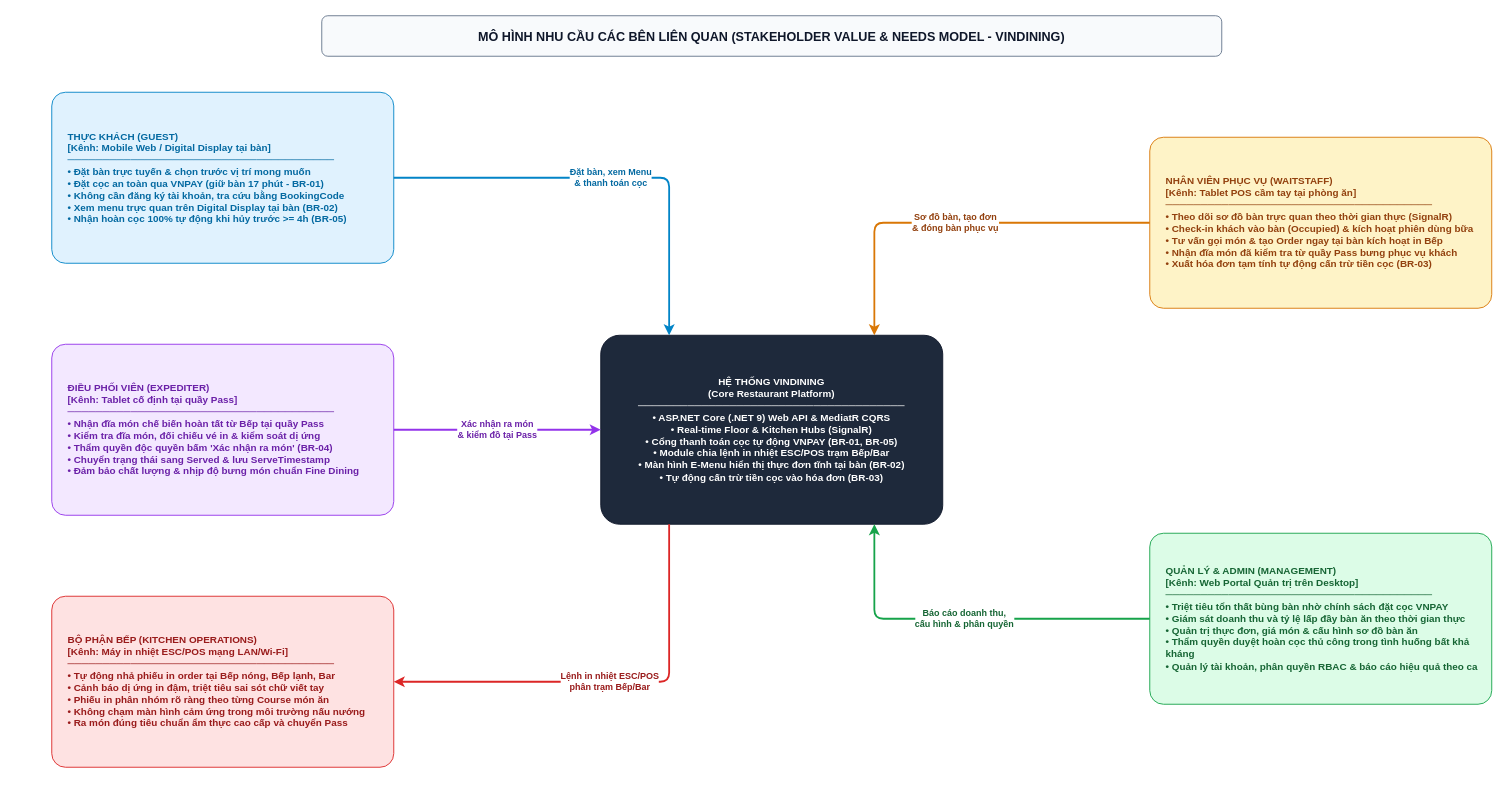
The draw.io diagram docs/phase1/drawio/stakeholder_needs.drawio in AndrewQng/VinDining, before the edit. Source tidied: cells renumbered, new cells numbered last; positions are measured from the earlier drawing's top-left corner, leaving out a move shared by most shapes. Both pictures are drawn from the tidied source at 90%, with x=0, y=0 at pixel (51, 15).
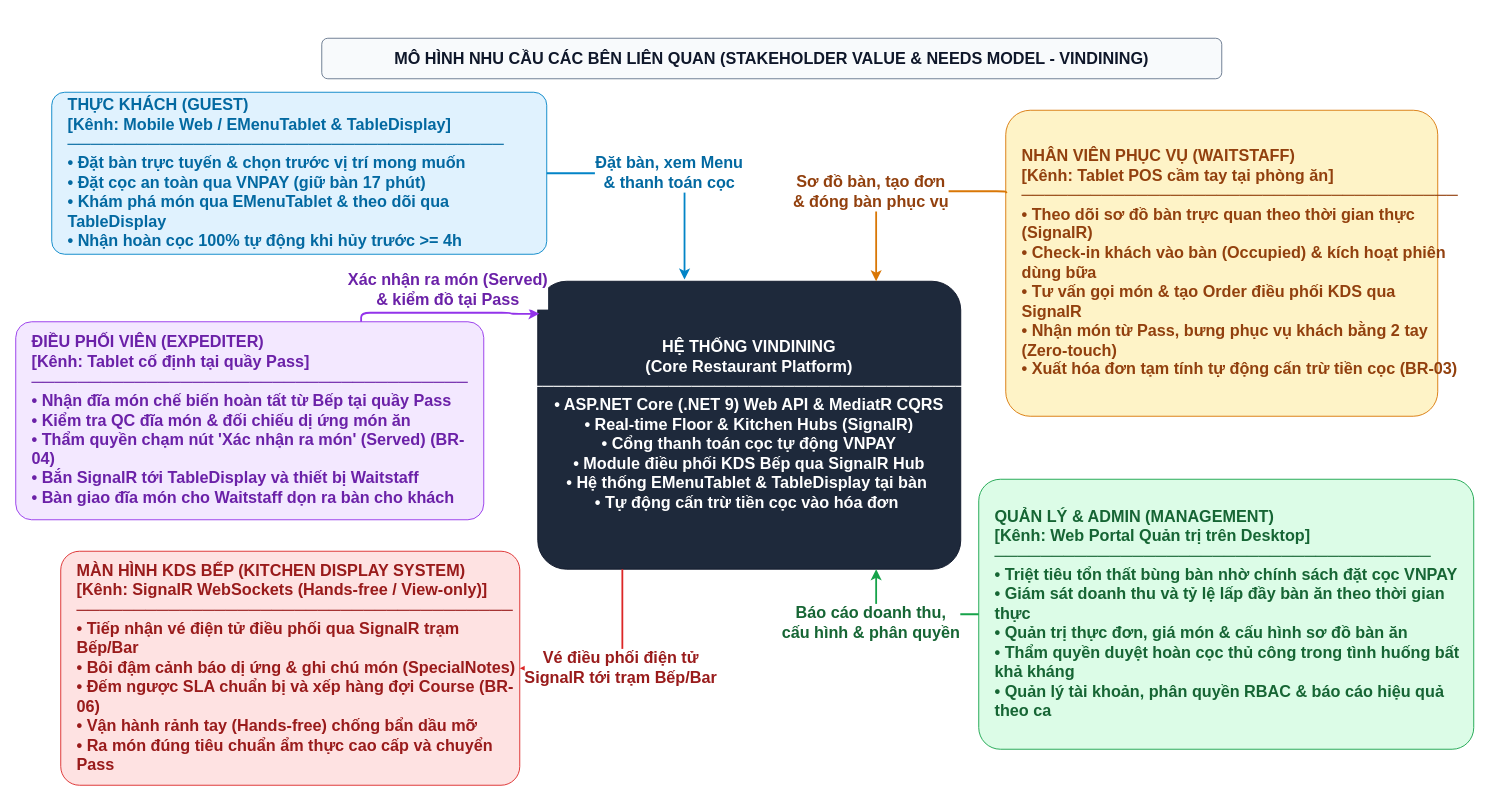
The same diagram, later.

Change to the diagram source:
```diff
@@
 <mxGraphModel>
   <root>
     <mxCell id="0" />
     <mxCell id="1" parent="0" />
-    <mxCell id="2" value="MÔ HÌNH NHU CẦU CÁC BÊN LIÊN QUAN (STAKEHOLDER VALUE &amp; NEEDS MODEL - VINDINING)" style="rounded=1;whiteSpace=wrap;html=1;fillColor=#f8fafc;strokeColor=#64748b;fontStyle=1;fontSize=14;fontColor=#0f172a;" parent="1" vertex="1">
-      <mxGeometry x="300" width="1000" height="45" as="geometry" />
+    <mxCell id="2" value="MÔ HÌNH NHU CẦU CÁC BÊN LIÊN QUAN (STAKEHOLDER VALUE &amp;amp; NEEDS MODEL - VINDINING)" style="rounded=1;whiteSpace=wrap;html=1;fillColor=#f8fafc;strokeColor=#64748b;fontStyle=1;fontSize=18;fontColor=#0f172a;" parent="1" vertex="1">
+      <mxGeometry x="300" y="25" width="1000" height="45" as="geometry" />
     </mxCell>
-    <mxCell id="3" value="HỆ THỐNG VINDINING&#10;(Core Restaurant Platform)&#10;──────────────────────────────────────&#10;• ASP.NET Core (.NET 9) Web API &amp; MediatR CQRS&#10;• Real-time Floor &amp; Kitchen Hubs (SignalR)&#10;• Cổng thanh toán cọc tự động VNPAY (BR-01, BR-05)&#10;• Module chia lệnh in nhiệt ESC/POS trạm Bếp/Bar&#10;• Màn hình E-Menu hiển thị thực đơn tĩnh tại bàn (BR-02)&#10;• Tự động cấn trừ tiền cọc vào hóa đơn (BR-03)" style="rounded=1;arcSize=10;whiteSpace=wrap;html=1;fillColor=#1e293b;strokeColor=#0f172a;fontColor=#ffffff;fontStyle=1;fontSize=11;align=center;verticalAlign=middle;spacing=10;" parent="1" vertex="1">
-      <mxGeometry x="610" y="355" width="380" height="210" as="geometry" />
+    <mxCell id="3" value="HỆ THỐNG VINDINING&lt;br&gt;(Core Restaurant Platform)&lt;br&gt;──────────────────────────────────────&lt;br&gt;• ASP.NET Core (.NET 9) Web API &amp;amp; MediatR CQRS&lt;br&gt;• Real-time Floor &amp;amp; Kitchen Hubs (SignalR)&lt;br&gt;• Cổng thanh toán cọc tự động VNPAY&lt;br&gt;• Module điều phối KDS Bếp qua SignalR Hub&lt;br&gt;• Hệ thống EMenuTablet &amp;amp; TableDisplay tại bàn&amp;nbsp;&lt;br&gt;• Tự động cấn trừ tiền cọc vào hóa đơn&amp;nbsp;" style="rounded=1;arcSize=10;whiteSpace=wrap;html=1;fillColor=#1e293b;strokeColor=#0f172a;fontColor=#ffffff;fontStyle=1;fontSize=18;align=center;verticalAlign=middle;spacing=10;" parent="1" vertex="1">
+      <mxGeometry x="540" y="295" width="470" height="320" as="geometry" />
     </mxCell>
-    <mxCell id="4" value="THỰC KHÁCH (GUEST)&#10;[Kênh: Mobile Web / Digital Display tại bàn]&#10;──────────────────────────────────────&#10;• Đặt bàn trực tuyến &amp; chọn trước vị trí mong muốn&#10;• Đặt cọc an toàn qua VNPAY (giữ bàn 17 phút - BR-01)&#10;• Không cần đăng ký tài khoản, tra cứu bằng BookingCode&#10;• Xem menu trực quan trên Digital Display tại bàn (BR-02)&#10;• Nhận hoàn cọc 100% tự động khi hủy trước &gt;= 4h (BR-05)" style="rounded=1;arcSize=8;whiteSpace=wrap;html=1;fillColor=#e0f2fe;strokeColor=#0284c7;fontColor=#0369a1;fontStyle=1;fontSize=11;align=left;verticalAlign=middle;spacingLeft=16;" parent="1" vertex="1">
-      <mxGeometry y="85" width="380" height="190" as="geometry" />
+    <mxCell id="4" value="THỰC KHÁCH (GUEST)&lt;br&gt;[Kênh: Mobile Web / EMenuTablet &amp;amp; TableDisplay]&lt;br&gt;──────────────────────────────────────&lt;br&gt;• Đặt bàn trực tuyến &amp;amp; chọn trước vị trí mong muốn&lt;br&gt;• Đặt cọc an toàn qua VNPAY (giữ bàn 17 phút)&lt;br&gt;• Khám phá món qua EMenuTablet &amp;amp; theo dõi qua TableDisplay&lt;br&gt;• Nhận hoàn cọc 100% tự động khi hủy trước &amp;gt;= 4h&amp;nbsp;" style="rounded=1;arcSize=8;whiteSpace=wrap;html=1;fillColor=#e0f2fe;strokeColor=#0284c7;fontColor=#0369a1;fontStyle=1;fontSize=18;align=left;verticalAlign=middle;spacingLeft=16;" parent="1" vertex="1">
+      <mxGeometry y="85" width="550" height="180" as="geometry" />
     </mxCell>
-    <mxCell id="5" value="ĐIỀU PHỐI VIÊN (EXPEDITER)&#10;[Kênh: Tablet cố định tại quầy Pass]&#10;──────────────────────────────────────&#10;• Nhận đĩa món chế biến hoàn tất từ Bếp tại quầy Pass&#10;• Kiểm tra đĩa món, đối chiếu vé in &amp; kiểm soát dị ứng&#10;• Thẩm quyền độc quyền bấm 'Xác nhận ra món' (BR-04)&#10;• Chuyển trạng thái sang Served &amp; lưu ServeTimestamp&#10;• Đảm bảo chất lượng &amp; nhịp độ bưng món chuẩn Fine Dining" style="rounded=1;arcSize=8;whiteSpace=wrap;html=1;fillColor=#f3e8ff;strokeColor=#9333ea;fontColor=#6b21a8;fontStyle=1;fontSize=11;align=left;verticalAlign=middle;spacingLeft=16;" parent="1" vertex="1">
-      <mxGeometry y="365" width="380" height="190" as="geometry" />
+    <mxCell id="5" value="ĐIỀU PHỐI VIÊN (EXPEDITER)&#10;[Kênh: Tablet cố định tại quầy Pass]&#10;──────────────────────────────────────&#10;• Nhận đĩa món chế biến hoàn tất từ Bếp tại quầy Pass&#10;• Kiểm tra QC đĩa món &amp;amp; đối chiếu dị ứng món ăn&#10;• Thẩm quyền chạm nút 'Xác nhận ra món' (Served) (BR-04)&#10;• Bắn SignalR tới TableDisplay và thiết bị Waitstaff&#10;• Bàn giao đĩa món cho Waitstaff dọn ra bàn cho khách" style="rounded=1;arcSize=8;whiteSpace=wrap;html=1;fillColor=#f3e8ff;strokeColor=#9333ea;fontColor=#6b21a8;fontStyle=1;fontSize=18;align=left;verticalAlign=middle;spacingLeft=16;" parent="1" vertex="1">
+      <mxGeometry x="-40" y="340" width="520" height="220" as="geometry" />
     </mxCell>
-    <mxCell id="6" value="BỘ PHẬN BẾP (KITCHEN OPERATIONS)&#10;[Kênh: Máy in nhiệt ESC/POS mạng LAN/Wi-Fi]&#10;──────────────────────────────────────&#10;• Tự động nhả phiếu in order tại Bếp nóng, Bếp lạnh, Bar&#10;• Cảnh báo dị ứng in đậm, triệt tiêu sai sót chữ viết tay&#10;• Phiếu in phân nhóm rõ ràng theo từng Course món ăn&#10;• Không chạm màn hình cảm ứng trong môi trường nấu nướng&#10;• Ra món đúng tiêu chuẩn ẩm thực cao cấp và chuyển Pass" style="rounded=1;arcSize=8;whiteSpace=wrap;html=1;fillColor=#fee2e2;strokeColor=#dc2626;fontColor=#991b1b;fontStyle=1;fontSize=11;align=left;verticalAlign=middle;spacingLeft=16;" parent="1" vertex="1">
-      <mxGeometry y="645" width="380" height="190" as="geometry" />
+    <mxCell id="6" value="MÀN HÌNH KDS BẾP (KITCHEN DISPLAY SYSTEM)&#10;[Kênh: SignalR WebSockets (Hands-free / View-only)]&#10;──────────────────────────────────────&#10;• Tiếp nhận vé điện tử điều phối qua SignalR trạm Bếp/Bar&#10;• Bôi đậm cảnh báo dị ứng &amp;amp; ghi chú món (SpecialNotes)&#10;• Đếm ngược SLA chuẩn bị và xếp hàng đợi Course (BR-06)&#10;• Vận hành rảnh tay (Hands-free) chống bẩn dầu mỡ&#10;• Ra món đúng tiêu chuẩn ẩm thực cao cấp và chuyển Pass" style="rounded=1;arcSize=8;whiteSpace=wrap;html=1;fillColor=#fee2e2;strokeColor=#dc2626;fontColor=#991b1b;fontStyle=1;fontSize=18;align=left;verticalAlign=middle;spacingLeft=16;" parent="1" vertex="1">
+      <mxGeometry x="10" y="595" width="510" height="260" as="geometry" />
     </mxCell>
-    <mxCell id="7" value="NHÂN VIÊN PHỤC VỤ (WAITSTAFF)&#10;[Kênh: Tablet POS cầm tay tại phòng ăn]&#10;──────────────────────────────────────&#10;• Theo dõi sơ đồ bàn trực quan theo thời gian thực (SignalR)&#10;• Check-in khách vào bàn (Occupied) &amp; kích hoạt phiên dùng bữa&#10;• Tư vấn gọi món &amp; tạo Order ngay tại bàn kích hoạt in Bếp&#10;• Nhận đĩa món đã kiểm tra từ quầy Pass bưng phục vụ khách&#10;• Xuất hóa đơn tạm tính tự động cấn trừ tiền cọc (BR-03)" style="rounded=1;arcSize=8;whiteSpace=wrap;html=1;fillColor=#fef3c7;strokeColor=#d97706;fontColor=#92400e;fontStyle=1;fontSize=11;align=left;verticalAlign=middle;spacingLeft=16;" parent="1" vertex="1">
-      <mxGeometry x="1220" y="135" width="380" height="190" as="geometry" />
+    <mxCell id="7" value="NHÂN VIÊN PHỤC VỤ (WAITSTAFF)&#10;[Kênh: Tablet POS cầm tay tại phòng ăn]&#10;──────────────────────────────────────&#10;• Theo dõi sơ đồ bàn trực quan theo thời gian thực (SignalR)&#10;• Check-in khách vào bàn (Occupied) &amp;amp; kích hoạt phiên dùng bữa&#10;• Tư vấn gọi món &amp;amp; tạo Order điều phối KDS qua SignalR&#10;• Nhận món từ Pass, bưng phục vụ khách bằng 2 tay (Zero-touch)&#10;• Xuất hóa đơn tạm tính tự động cấn trừ tiền cọc (BR-03)" style="rounded=1;arcSize=8;whiteSpace=wrap;html=1;fillColor=#fef3c7;strokeColor=#d97706;fontColor=#92400e;fontStyle=1;fontSize=18;align=left;verticalAlign=middle;spacingLeft=16;" parent="1" vertex="1">
+      <mxGeometry x="1060" y="105" width="480" height="340" as="geometry" />
     </mxCell>
-    <mxCell id="8" value="QUẢN LÝ &amp; ADMIN (MANAGEMENT)&#10;[Kênh: Web Portal Quản trị trên Desktop]&#10;──────────────────────────────────────&#10;• Triệt tiêu tổn thất bùng bàn nhờ chính sách đặt cọc VNPAY&#10;• Giám sát doanh thu và tỷ lệ lấp đầy bàn ăn theo thời gian thực&#10;• Quản trị thực đơn, giá món &amp; cấu hình sơ đồ bàn ăn&#10;• Thẩm quyền duyệt hoàn cọc thủ công trong tình huống bất khả kháng&#10;• Quản lý tài khoản, phân quyền RBAC &amp; báo cáo hiệu quả theo ca" style="rounded=1;arcSize=8;whiteSpace=wrap;html=1;fillColor=#dcfce7;strokeColor=#16a34a;fontColor=#166534;fontStyle=1;fontSize=11;align=left;verticalAlign=middle;spacingLeft=16;" parent="1" vertex="1">
-      <mxGeometry x="1220" y="575" width="380" height="190" as="geometry" />
+    <mxCell id="8" value="QUẢN LÝ &amp;amp; ADMIN (MANAGEMENT)&#10;[Kênh: Web Portal Quản trị trên Desktop]&#10;──────────────────────────────────────&#10;• Triệt tiêu tổn thất bùng bàn nhờ chính sách đặt cọc VNPAY&#10;• Giám sát doanh thu và tỷ lệ lấp đầy bàn ăn theo thời gian thực&#10;• Quản trị thực đơn, giá món &amp;amp; cấu hình sơ đồ bàn ăn&#10;• Thẩm quyền duyệt hoàn cọc thủ công trong tình huống bất khả kháng&#10;• Quản lý tài khoản, phân quyền RBAC &amp;amp; báo cáo hiệu quả theo ca" style="rounded=1;arcSize=8;whiteSpace=wrap;html=1;fillColor=#dcfce7;strokeColor=#16a34a;fontColor=#166534;fontStyle=1;fontSize=18;align=left;verticalAlign=middle;spacingLeft=16;" parent="1" vertex="1">
+      <mxGeometry x="1030" y="515" width="550" height="300" as="geometry" />
     </mxCell>
-    <mxCell id="9" value="Đặt bàn, xem Menu&#10;&amp; thanh toán cọc" style="edgeStyle=orthogonalEdgeStyle;rounded=1;strokeColor=#0284c7;strokeWidth=2;html=1;fontSize=10;fontColor=#0369a1;fontStyle=1;labelBackgroundColor=#ffffff;exitX=1;exitY=0.5;entryX=0.2;entryY=0;" parent="1" edge="1" source="4" target="3">
+    <mxCell id="9" value="Đặt bàn, xem Menu&#10;&amp;amp; thanh toán cọc" style="edgeStyle=orthogonalEdgeStyle;rounded=1;strokeColor=#0284c7;strokeWidth=2;html=1;fontSize=18;fontColor=#0369a1;fontStyle=1;labelBackgroundColor=#ffffff;exitX=1;exitY=0.5;entryX=0.347;entryY=-0.006;entryDx=0;entryDy=0;entryPerimeter=0;" parent="1" edge="1" source="4" target="3">
       <mxGeometry relative="1" as="geometry" />
     </mxCell>
-    <mxCell id="10" value="Xác nhận ra món&#10;&amp; kiểm đồ tại Pass" style="edgeStyle=orthogonalEdgeStyle;rounded=1;strokeColor=#9333ea;strokeWidth=2;html=1;fontSize=10;fontColor=#6b21a8;fontStyle=1;labelBackgroundColor=#ffffff;exitX=1;exitY=0.5;entryX=0;entryY=0.5;" parent="1" edge="1" source="5" target="3">
-      <mxGeometry relative="1" as="geometry" />
+    <mxCell id="10" value="Xác nhận ra món (Served)&#10;&amp;amp; kiểm đồ tại Pass" style="edgeStyle=orthogonalEdgeStyle;rounded=1;strokeColor=#9333ea;strokeWidth=2;html=1;fontSize=18;fontColor=#6b21a8;fontStyle=1;labelBackgroundColor=#ffffff;exitX=0.738;exitY=0;entryX=0.004;entryY=0.113;exitDx=0;exitDy=0;exitPerimeter=0;entryDx=0;entryDy=0;entryPerimeter=0;" parent="1" edge="1" source="5" target="3">
+      <mxGeometry x="0.01" y="25" relative="1" as="geometry" />
     </mxCell>
-    <mxCell id="11" value="Lệnh in nhiệt ESC/POS&#10;phân trạm Bếp/Bar" style="edgeStyle=orthogonalEdgeStyle;rounded=1;strokeColor=#dc2626;strokeWidth=2;html=1;fontSize=10;fontColor=#991b1b;fontStyle=1;labelBackgroundColor=#ffffff;exitX=0.2;exitY=1;entryX=1;entryY=0.5;" parent="1" edge="1" source="3" target="6">
+    <mxCell id="11" value="Vé điều phối điện tử&#10;SignalR tới trạm Bếp/Bar" style="edgeStyle=orthogonalEdgeStyle;rounded=1;strokeColor=#dc2626;strokeWidth=2;html=1;fontSize=18;fontColor=#991b1b;fontStyle=1;labelBackgroundColor=#ffffff;exitX=0.2;exitY=1;entryX=1;entryY=0.5;" parent="1" edge="1" source="3" target="6">
       <mxGeometry relative="1" as="geometry" />
     </mxCell>
-    <mxCell id="12" value="Sơ đồ bàn, tạo đơn&#10;&amp; đóng bàn phục vụ" style="edgeStyle=orthogonalEdgeStyle;rounded=1;strokeColor=#d97706;strokeWidth=2;html=1;fontSize=10;fontColor=#92400e;fontStyle=1;labelBackgroundColor=#ffffff;exitX=0;exitY=0.5;entryX=0.8;entryY=0;" parent="1" edge="1" source="7" target="3">
-      <mxGeometry relative="1" as="geometry" />
+    <mxCell id="12" value="Sơ đồ bàn, tạo đơn&#10;&amp;amp; đóng bàn phục vụ" style="edgeStyle=orthogonalEdgeStyle;rounded=1;strokeColor=#d97706;strokeWidth=2;html=1;fontSize=18;fontColor=#92400e;fontStyle=1;labelBackgroundColor=#ffffff;exitX=0.002;exitY=0.271;entryX=0.8;entryY=0;exitDx=0;exitDy=0;exitPerimeter=0;" parent="1" edge="1" source="7" target="3">
+      <mxGeometry x="0.19" y="-6" relative="1" as="geometry">
+        <Array as="points">
+          <mxPoint x="1060" y="195" />
+          <mxPoint x="916" y="195" />
+        </Array>
+      </mxGeometry>
     </mxCell>
-    <mxCell id="13" value="Báo cáo doanh thu,&#10;cấu hình &amp; phân quyền" style="edgeStyle=orthogonalEdgeStyle;rounded=1;strokeColor=#16a34a;strokeWidth=2;html=1;fontSize=10;fontColor=#166534;fontStyle=1;labelBackgroundColor=#ffffff;exitX=0;exitY=0.5;entryX=0.8;entryY=1;" parent="1" edge="1" source="8" target="3">
-      <mxGeometry relative="1" as="geometry" />
+    <mxCell id="13" value="Báo cáo doanh thu,&#10;cấu hình &amp;amp; phân quyền" style="edgeStyle=orthogonalEdgeStyle;rounded=1;strokeColor=#16a34a;strokeWidth=2;html=1;fontSize=18;fontColor=#166534;fontStyle=1;labelBackgroundColor=#ffffff;exitX=0;exitY=0.5;entryX=0.8;entryY=1;" parent="1" edge="1" source="8" target="3">
+      <mxGeometry x="0.39" y="12" relative="1" as="geometry">
+        <mxPoint x="6" y="10" as="offset" />
+      </mxGeometry>
     </mxCell>
   </root>
 </mxGraphModel>
```
